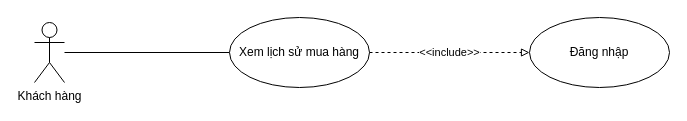
This is page "Page-2" (2 of 5) of Nam3_HK1/CNPM_SoftTech/Usecase Diagrams/UD_4_SalesPage.drawio from EdgarIgnite16/SGU-Course, a draw.io file, before an edit. Source tidied: cells renumbered, new cells numbered last; positions are measured from the earlier drawing's top-left corner, leaving out a move shared by most shapes. Both pictures are drawn from the tidied source at 100%, with x=0, y=0 at pixel (34, 17).
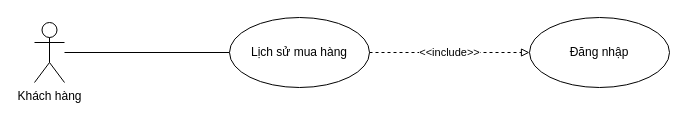
The same page after the edit.

Diff of the diagram source:
```diff
@@
 <mxGraphModel>
   <root>
     <mxCell id="0" />
     <mxCell id="1" parent="0" />
     <mxCell id="2" style="edgeStyle=none;rounded=0;jettySize=auto;html=1;startArrow=none;startFill=0;endArrow=none;endFill=0;" parent="1" edge="1" source="3" target="5">
       <mxGeometry relative="1" as="geometry" />
     </mxCell>
     <mxCell id="3" value="Khách hàng" style="shape=umlActor;verticalLabelPosition=bottom;verticalAlign=top;html=1;outlineConnect=0;" parent="1" vertex="1">
       <mxGeometry y="5" width="30" height="60" as="geometry" />
     </mxCell>
     <mxCell id="4" value="Đăng nhập" style="ellipse;whiteSpace=wrap;html=1;" parent="1" vertex="1">
       <mxGeometry x="495" width="140" height="70" as="geometry" />
     </mxCell>
-    <mxCell id="5" value="Xem lịch sử mua hàng" style="ellipse;whiteSpace=wrap;html=1;" parent="1" vertex="1">
+    <mxCell id="5" value="Lịch sử mua hàng" style="ellipse;whiteSpace=wrap;html=1;" parent="1" vertex="1">
       <mxGeometry x="195" width="140" height="70" as="geometry" />
     </mxCell>
     <mxCell id="6" value="&amp;lt;&amp;lt;include&amp;gt;&amp;gt;" style="edgeStyle=none;rounded=0;jettySize=auto;html=1;startArrow=none;startFill=0;endArrow=block;endFill=0;dashed=1;" parent="1" edge="1" source="5" target="4">
       <mxGeometry relative="1" as="geometry" />
     </mxCell>
   </root>
 </mxGraphModel>
```
